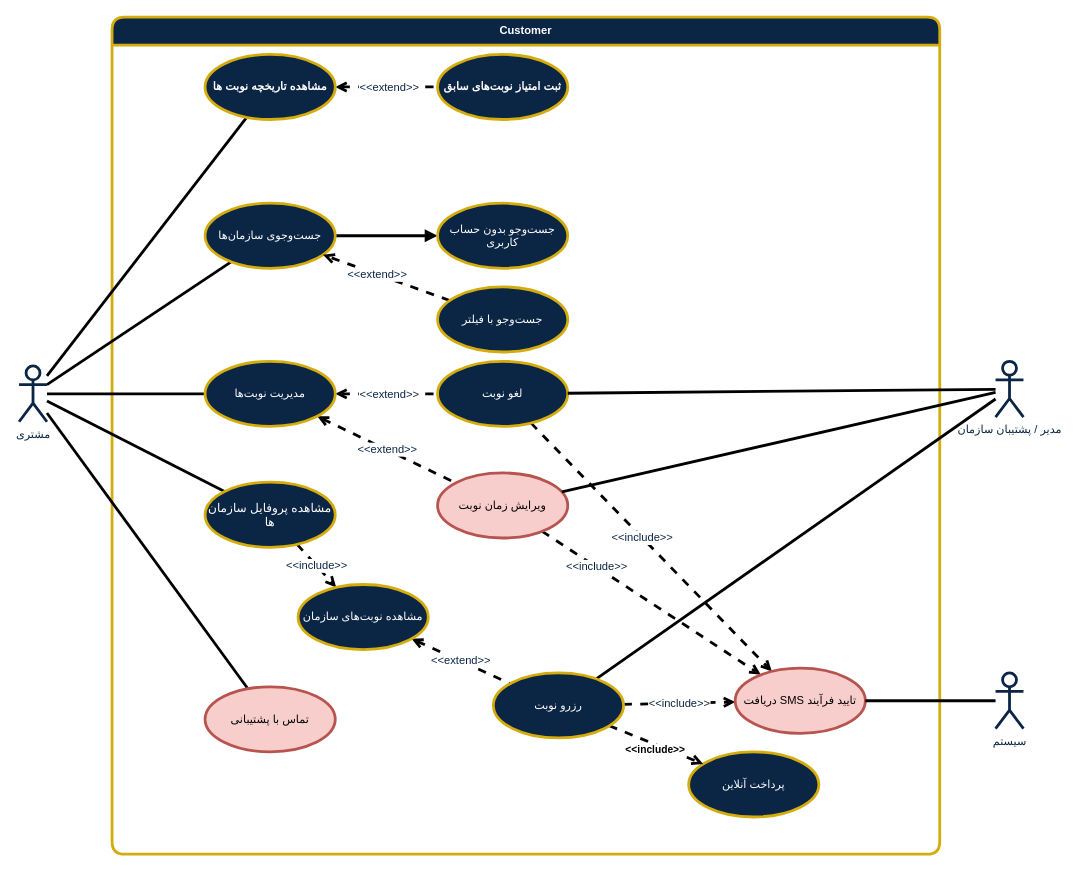
The draw.io diagram page "Main" (1 of 2) of Documentation/Analysis/Modeling/Functional Models/Customer/customer use case diagram.drawio in TnT74K/Project-SAD, before the edit. Source tidied: cells renumbered, new cells numbered last; positions are measured from the earlier drawing's top-left corner, leaving out a move shared by most shapes. Both pictures are drawn from the tidied source at 93%, with x=0, y=0 at pixel (19, 17).
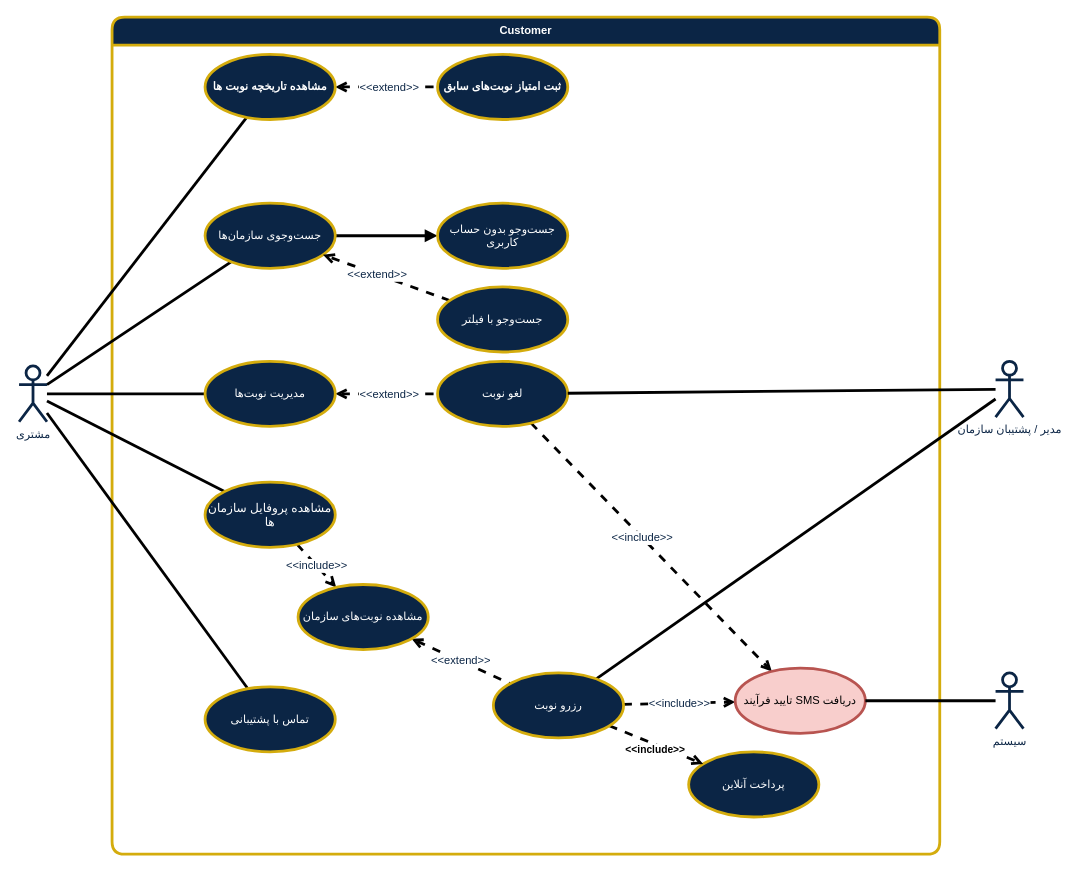
The same page after the edit.

Unchanged cells that the change refers to:
```xml
<mxCell id="20" value="مدیریت نوبت‌ها" style="ellipse;whiteSpace=wrap;html=1;fontFamily=zain;strokeColor=light-dark(#D4AC0D,#D4AC0D);strokeWidth=3;align=center;verticalAlign=middle;fontSize=12;fontColor=light-dark(#FFFFFF,#FFFFFF);fillColor=light-dark(#0B2545,#0B2545);fontStyle=0;labelBackgroundColor=none;" parent="1" vertex="1">
  <mxGeometry x="200" y="370" width="140" height="70" as="geometry" />
</mxCell>
<mxCell id="31" value="مدیر / پشتیبان سازمان" style="shape=umlActor;verticalLabelPosition=bottom;verticalAlign=top;html=1;strokeColor=light-dark(#0B2545,#C0D6E8);align=center;fontFamily=zain;fontSize=12;fontColor=light-dark(#0B2545,#C0D6E8);fillColor=default;strokeWidth=3;" parent="1" vertex="1">
  <mxGeometry x="1050" y="370" width="30" height="60" as="geometry" />
</mxCell>
```

Change to the diagram source:
```diff
@@
-    <mxCell id="16" style="edgeStyle=none;shape=connector;rounded=0;jettySize=auto;html=1;strokeColor=light-dark(#000000,#FFFFFF);align=center;verticalAlign=middle;fontFamily=zain;fontSize=12;fontColor=default;labelBackgroundColor=default;endArrow=none;endFill=0;dashed=1;startArrow=open;startFill=0;strokeWidth=3;" parent="1" edge="1" source="20" target="26">
-      <mxGeometry relative="1" as="geometry" />
-    </mxCell>
-    <mxCell id="17" value="&amp;lt;&amp;lt;extend&amp;gt;&amp;gt;" style="edgeLabel;html=1;align=center;verticalAlign=middle;strokeColor=light-dark(#000000,#FFFFFF);fontFamily=zain;fontSize=12;fontColor=light-dark(#0B2545,#C0D6E8);rounded=0;dashed=1;strokeWidth=3;labelBackgroundColor=default;fillColor=none;gradientColor=none;" parent="16" vertex="1">
-      <mxGeometry x="0.01" y="1" relative="1" as="geometry" />
-    </mxCell>
@@
-    <mxCell id="24" style="edgeStyle=none;shape=connector;rounded=0;jettySize=auto;html=1;dashed=1;strokeColor=light-dark(#000000,#FFFFFF);align=center;verticalAlign=middle;fontFamily=zain;fontSize=12;fontColor=default;labelBackgroundColor=default;startArrow=none;startFill=0;endArrow=open;endFill=0;strokeWidth=3;" parent="1" edge="1" source="26" target="39">
-      <mxGeometry relative="1" as="geometry" />
-    </mxCell>
-    <mxCell id="25" value="&amp;lt;&amp;lt;include&amp;gt;&amp;gt;" style="edgeLabel;html=1;align=center;verticalAlign=middle;strokeColor=light-dark(#0B2545,#C0D6E8);fontFamily=zain;fontSize=12;fontColor=light-dark(#0B2545,#C0D6E8);labelBackgroundColor=default;fillColor=none;rounded=0;dashed=1;strokeWidth=3;gradientColor=none;" parent="24" vertex="1">
-      <mxGeometry x="0.12" relative="1" as="geometry">
-        <mxPoint x="-74" y="-49" as="offset" />
-      </mxGeometry>
-    </mxCell>
-    <mxCell id="26" value="ویرایش زمان نوبت" style="ellipse;whiteSpace=wrap;html=1;fontFamily=zain;strokeColor=#b85450;strokeWidth=3;align=center;verticalAlign=middle;fontSize=12;fillColor=#f8cecc;fontStyle=0;labelBackgroundColor=none;" parent="1" vertex="1">
-      <mxGeometry x="450" y="490" width="140" height="70" as="geometry" />
-    </mxCell>
@@
-    <mxCell id="28" style="shape=connector;rounded=0;jettySize=auto;html=1;strokeColor=light-dark(#000000,#FFFFFF);align=center;verticalAlign=middle;fontFamily=Helvetica;fontSize=11;fontColor=default;labelBackgroundColor=default;endArrow=none;endFill=0;strokeWidth=3;" parent="1" edge="1" source="31" target="26">
-      <mxGeometry relative="1" as="geometry" />
-    </mxCell>
@@
-    <mxCell id="39" value="دریافت SMS تایید فرآیند" style="ellipse;whiteSpace=wrap;html=1;fontFamily=zain;fontSize=12;align=center;verticalAlign=middle;strokeColor=#b85450;strokeWidth=3;fillColor=#f8cecc;fontStyle=0;labelBackgroundColor=none;" parent="1" vertex="1">
+    <mxCell id="39" value="دریافت SMS تایید فرآیند" style="ellipse;whiteSpace=wrap;html=1;fontFamily=zain;fontSize=12;align=center;verticalAlign=middle;strokeColor=#b85450;strokeWidth=3;fillColor=#f8cecc;fontStyle=0;labelBackgroundColor=none;textDirection=rtl;" parent="1" vertex="1">
       <mxGeometry x="770" y="700" width="140" height="70" as="geometry" />
     </mxCell>
@@
-    <mxCell id="41" value="تماس با پشتیبانی" style="ellipse;whiteSpace=wrap;html=1;fontFamily=zain;fontSize=12;align=center;verticalAlign=middle;strokeColor=#b85450;strokeWidth=3;fillColor=#f8cecc;fontStyle=0;labelBackgroundColor=none;" parent="1" vertex="1">
+    <mxCell id="41" value="تماس با پشتیبانی" style="ellipse;whiteSpace=wrap;html=1;fontFamily=zain;fontSize=12;align=center;verticalAlign=middle;strokeColor=light-dark(#D4AC0D,#D4AC0D);strokeWidth=3;fillColor=light-dark(#0B2545,#0B2545);fontStyle=0;labelBackgroundColor=none;fontColor=light-dark(#FFFFFF,#FFFFFF);" parent="1" vertex="1">
       <mxGeometry x="200" y="720" width="140" height="70" as="geometry" />
     </mxCell>
```
